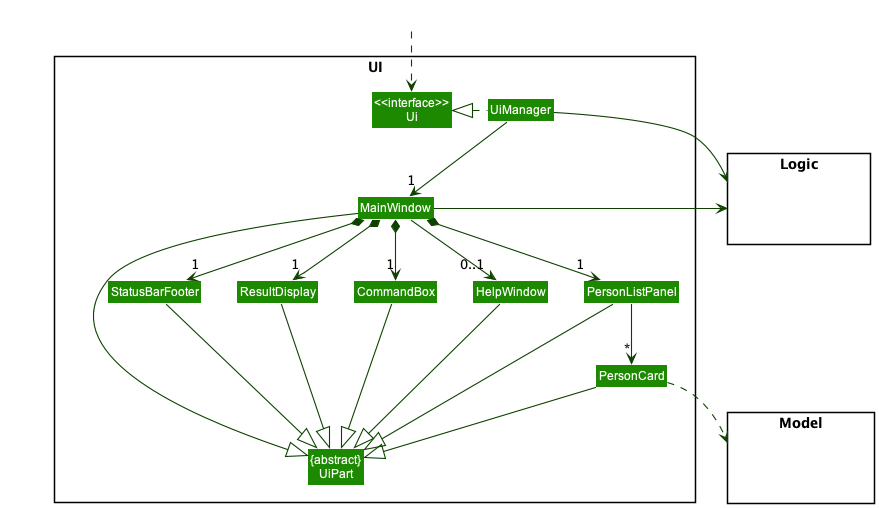
Earlier version of the PlantUML export docs/images/UiClassDiagram.png (nus-cs2103-AY2223S1/tp).
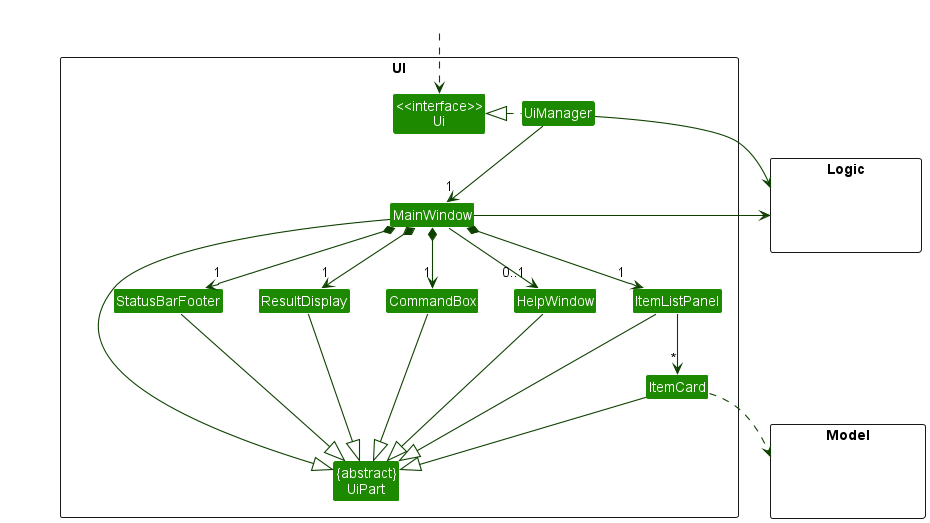
The same file after the commit.

Commit message:
Update Ui and Logic Class Diagrams

The edit, as a diff of the source:
```diff
@@ -11,8 +11,8 @@
 Class MainWindow
 Class HelpWindow
 Class ResultDisplay
-Class PersonListPanel
-Class PersonCard
+Class ItemListPanel
+Class ItemCard
 Class StatusBarFooter
 Class CommandBox
 }
@@ -32,26 +32,26 @@
 UiManager -down-> "1" MainWindow
 MainWindow *-down->  "1" CommandBox
 MainWindow *-down-> "1" ResultDisplay
-MainWindow *-down-> "1" PersonListPanel
+MainWindow *-down-> "1" ItemListPanel
 MainWindow *-down-> "1" StatusBarFooter
 MainWindow --> "0..1" HelpWindow
 
-PersonListPanel -down-> "*" PersonCard
+ItemListPanel -down-> "*" ItemCard
 
 MainWindow -left-|> UiPart
 
 ResultDisplay --|> UiPart
 CommandBox --|> UiPart
-PersonListPanel --|> UiPart
-PersonCard --|> UiPart
+ItemListPanel --|> UiPart
+ItemCard --|> UiPart
 StatusBarFooter --|> UiPart
 HelpWindow --|> UiPart
 
-PersonCard ..> Model
+ItemCard ..> Model
 UiManager -right-> Logic
 MainWindow -left-> Logic
 
-PersonListPanel -[hidden]left- HelpWindow
+ItemListPanel -[hidden]left- HelpWindow
 HelpWindow -[hidden]left- CommandBox
 CommandBox -[hidden]left- ResultDisplay
 ResultDisplay -[hidden]left- StatusBarFooter
```
